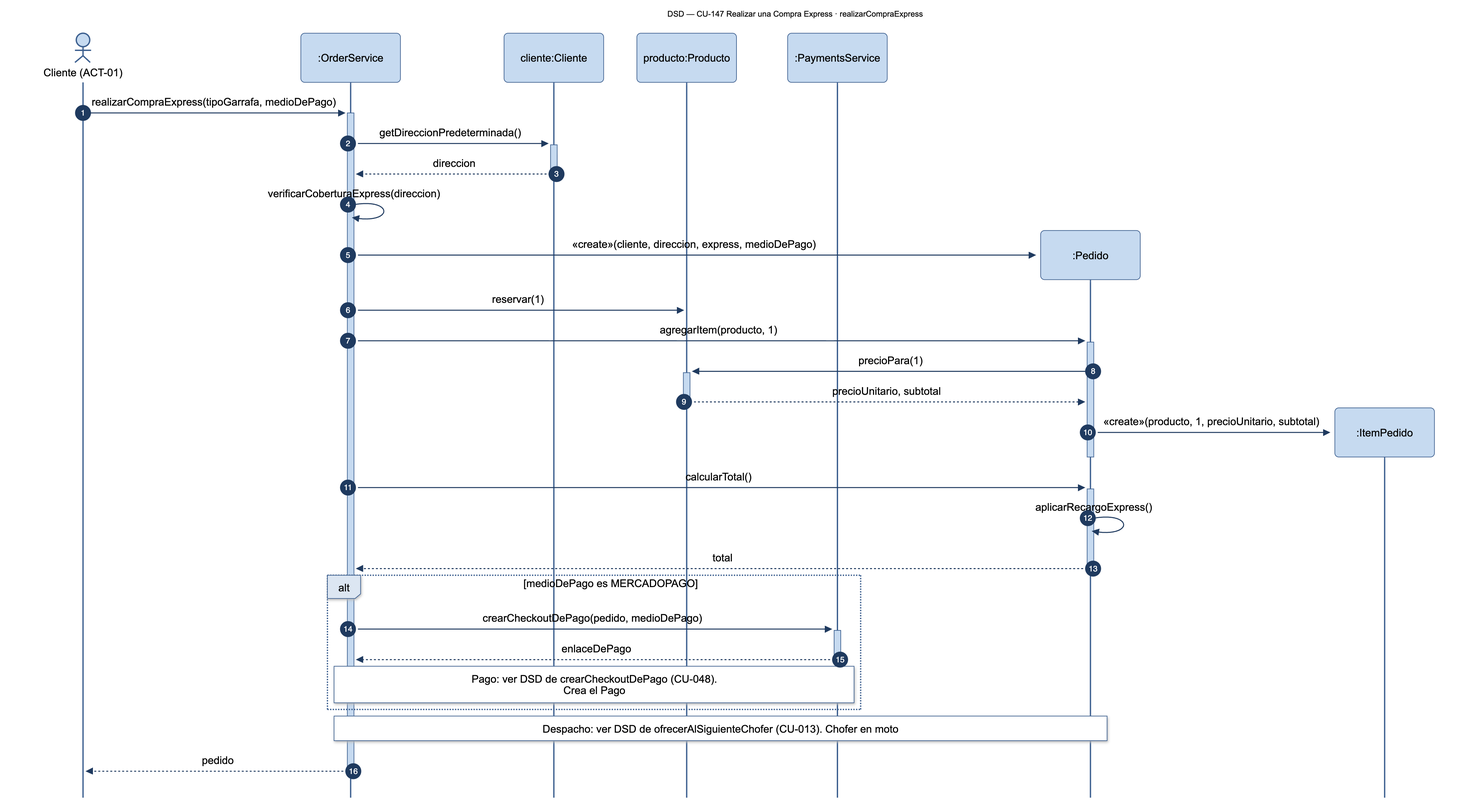
Before: diagramas/png/DSD_CU-147_realizarCompraExpress.png, a diagram exported from Mermaid (Nahuelito-Dev/splg-docs). Its source is kept beside it as diagramas/DSD_CU-147_realizarCompraExpress.mmd. The source it was exported from:
```mermaid
sequenceDiagram
    title DSD — CU-147 Realizar una Compra Express · realizarCompraExpress
    autonumber
    actor CLI as Cliente (ACT-01)
    participant SRV as :OrderService
    participant CLE as cliente:Cliente
    participant PRO as producto:Producto
    participant PAG as :PaymentsService

    CLI->>+SRV: realizarCompraExpress(tipoGarrafa, medioDePago)
    SRV->>+CLE: getDireccionPredeterminada()
    CLE-->>-SRV: direccion
    SRV->>SRV: verificarCoberturaExpress(direccion)
    create participant PED as :Pedido
    SRV->>PED: «create»(cliente, direccion, express, medioDePago)
    SRV->>PRO: reservar(1)
    SRV->>+PED: agregarItem(producto, 1)
    PED->>+PRO: precioPara(1)
    PRO-->>-PED: precioUnitario, subtotal
    create participant ITM as :ItemPedido
    PED->>ITM: «create»(producto, 1, precioUnitario, subtotal)
    deactivate PED
    SRV->>+PED: calcularTotal()
    PED->>PED: aplicarRecargoExpress()
    PED-->>-SRV: total
    alt medioDePago es MERCADOPAGO
        SRV->>+PAG: crearCheckoutDePago(pedido, medioDePago)
        PAG-->>-SRV: enlaceDePago
        Note over SRV,PAG: Pago: ver DSD de crearCheckoutDePago (CU-048).<br/>Crea el Pago
    end
    Note over SRV,PED: Despacho: ver DSD de ofrecerAlSiguienteChofer (CU-013). Chofer en moto
    SRV-->>-CLI: pedido
```
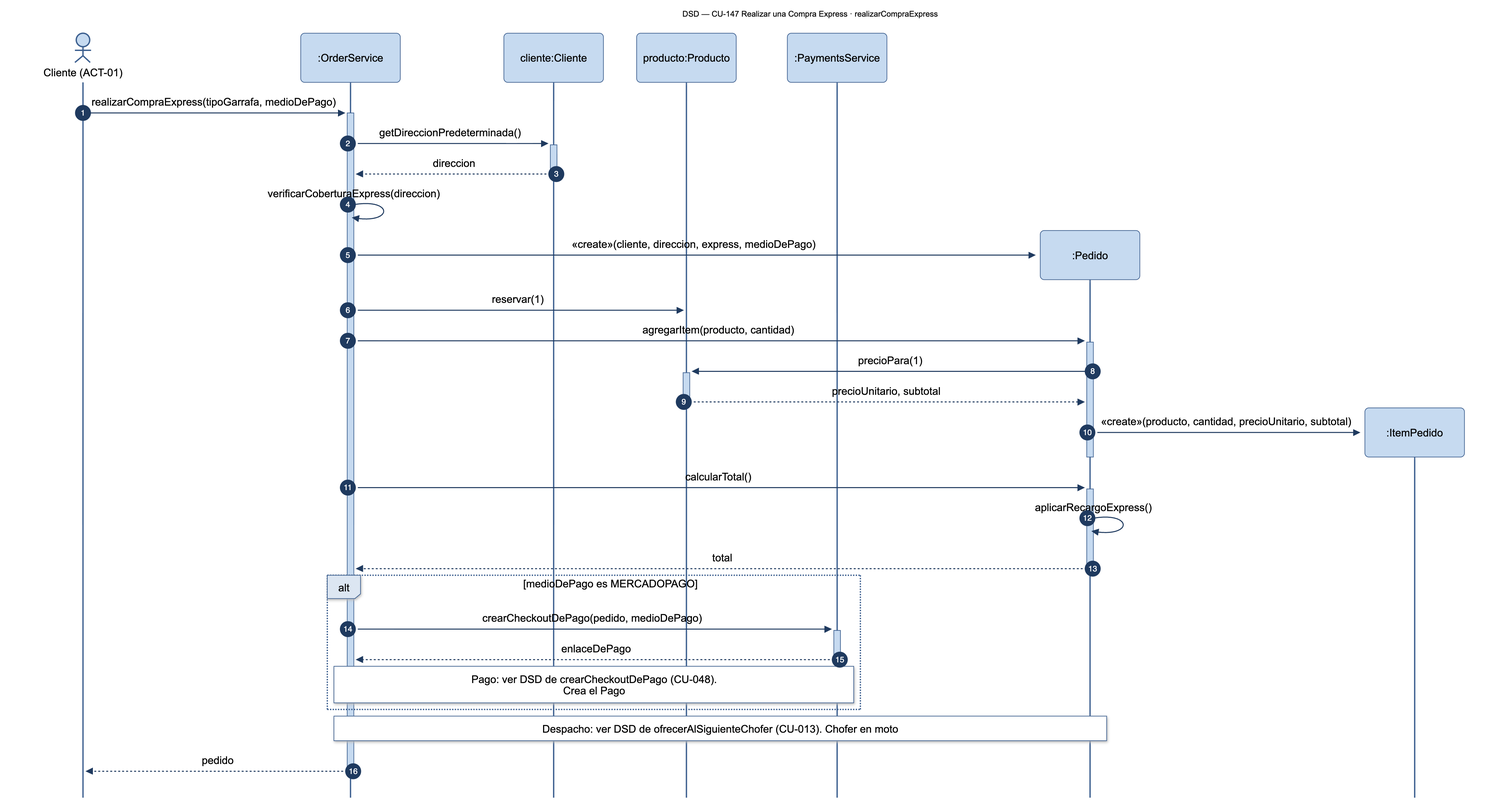
The same diagram one commit later.

Diff of the diagram source:
```diff
@@ -14,11 +14,11 @@
     create participant PED as :Pedido
     SRV->>PED: «create»(cliente, direccion, express, medioDePago)
     SRV->>PRO: reservar(1)
-    SRV->>+PED: agregarItem(producto, 1)
+    SRV->>+PED: agregarItem(producto, cantidad)
     PED->>+PRO: precioPara(1)
     PRO-->>-PED: precioUnitario, subtotal
     create participant ITM as :ItemPedido
-    PED->>ITM: «create»(producto, 1, precioUnitario, subtotal)
+    PED->>ITM: «create»(producto, cantidad, precioUnitario, subtotal)
     deactivate PED
     SRV->>+PED: calcularTotal()
     PED->>PED: aplicarRecargoExpress()
```
